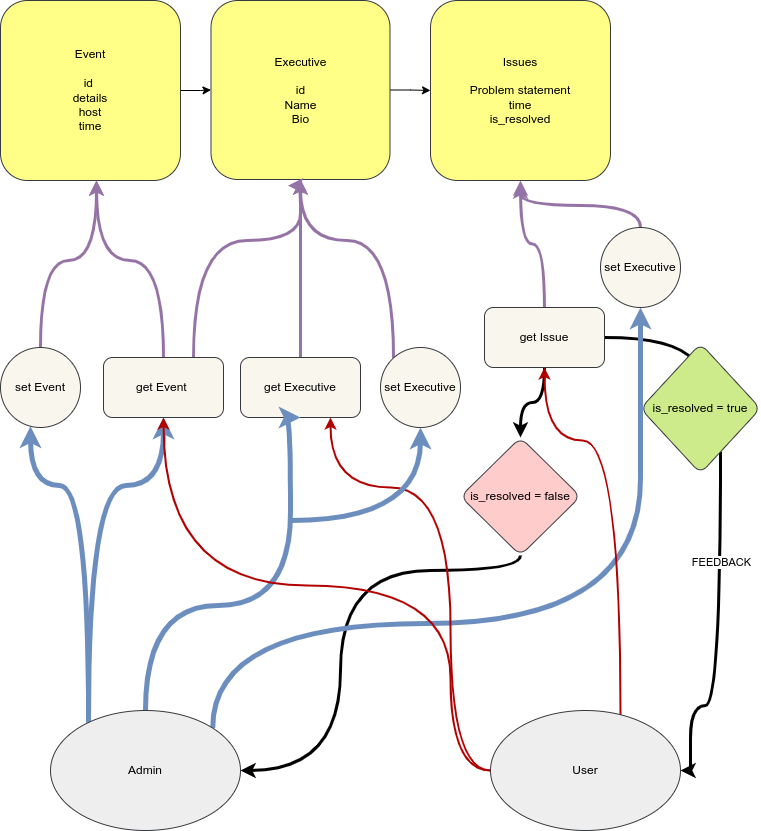
blackprince001/ACES-Telegram-Bot-Backend keeps this draw.io diagram as backend_design.png. Above is the earlier version. Source tidied: cells renumbered, new cells last; positions are measured from the earlier drawing's top-left corner, leaving out a move shared by most shapes. Its diagram source:
```xml
<mxGraphModel background="#ffffff">
  <root>
    <mxCell id="0" />
    <mxCell id="1" parent="0" />
    <mxCell id="2" style="edgeStyle=orthogonalEdgeStyle;rounded=1;jettySize=auto;html=1;curved=1;" parent="1" edge="1" source="3" target="6">
      <mxGeometry relative="1" as="geometry" />
    </mxCell>
    <mxCell id="3" value="Event&lt;br&gt;&lt;br&gt;id&amp;nbsp;&lt;br&gt;details&lt;br&gt;host&lt;br&gt;time" style="whiteSpace=wrap;html=1;fillColor=#ffff88;strokeColor=#36393d;rounded=1;" parent="1" vertex="1">
      <mxGeometry width="180" height="180" as="geometry" />
    </mxCell>
    <mxCell id="4" value="Issues&lt;br&gt;&lt;br&gt;Problem statement&lt;br&gt;time&lt;br&gt;is_resolved&lt;br&gt;" style="whiteSpace=wrap;html=1;fillColor=#ffff88;strokeColor=#36393d;rounded=1;" parent="1" vertex="1">
      <mxGeometry x="430" width="180" height="180" as="geometry" />
    </mxCell>
    <mxCell id="5" style="edgeStyle=orthogonalEdgeStyle;rounded=1;jettySize=auto;html=1;curved=1;" parent="1" edge="1" source="6" target="4">
      <mxGeometry relative="1" as="geometry" />
    </mxCell>
    <mxCell id="6" value="Executive&lt;br&gt;&lt;br&gt;id&lt;br&gt;Name&lt;br&gt;Bio" style="whiteSpace=wrap;html=1;fillColor=#ffff88;strokeColor=#36393d;rounded=1;" parent="1" vertex="1">
      <mxGeometry x="210.5" width="179" height="179" as="geometry" />
    </mxCell>
    <mxCell id="7" style="edgeStyle=orthogonalEdgeStyle;rounded=1;jettySize=auto;html=1;fillColor=#e1d5e7;strokeColor=#9673a6;strokeWidth=3;curved=1;" parent="1" edge="1" source="10" target="3">
      <mxGeometry relative="1" as="geometry">
        <Array as="points">
          <mxPoint x="163" y="260" />
          <mxPoint x="96" y="260" />
        </Array>
      </mxGeometry>
    </mxCell>
    <mxCell id="8" style="edgeStyle=orthogonalEdgeStyle;rounded=1;jettySize=auto;html=1;fillColor=#dae8fc;strokeColor=#6c8ebf;gradientColor=#7ea6e0;strokeWidth=5;curved=1;" parent="1" edge="1" source="29" target="10">
      <mxGeometry relative="1" as="geometry">
        <Array as="points">
          <mxPoint x="88" y="485" />
          <mxPoint x="163" y="485" />
        </Array>
      </mxGeometry>
    </mxCell>
    <mxCell id="9" style="edgeStyle=orthogonalEdgeStyle;rounded=1;jettySize=auto;html=1;exitX=0.75;exitY=0;exitDx=0;exitDy=0;strokeColor=#9673A6;strokeWidth=3;entryX=0.43;entryY=1.034;entryDx=0;entryDy=0;entryPerimeter=0;curved=1;" parent="1" edge="1" source="10" target="6">
      <mxGeometry relative="1" as="geometry">
        <Array as="points">
          <mxPoint x="193" y="240" />
          <mxPoint x="300" y="240" />
        </Array>
      </mxGeometry>
    </mxCell>
    <mxCell id="10" value="get Event&amp;nbsp;" style="rounded=1;whiteSpace=wrap;html=1;fillColor=#f9f7ed;strokeColor=#36393d;" parent="1" vertex="1">
      <mxGeometry x="103" y="357" width="120" height="60" as="geometry" />
    </mxCell>
    <mxCell id="11" style="edgeStyle=orthogonalEdgeStyle;rounded=1;jettySize=auto;html=1;fillColor=#e1d5e7;strokeColor=#9673A6;strokeWidth=3;curved=1;" parent="1" edge="1" source="12" target="6">
      <mxGeometry relative="1" as="geometry">
        <Array as="points">
          <mxPoint x="300" y="220" />
          <mxPoint x="300" y="220" />
        </Array>
      </mxGeometry>
    </mxCell>
    <mxCell id="12" value="get Executive" style="rounded=1;whiteSpace=wrap;html=1;fillColor=#f9f7ed;strokeColor=#36393d;" parent="1" vertex="1">
      <mxGeometry x="240" y="357" width="120" height="60" as="geometry" />
    </mxCell>
    <mxCell id="13" style="edgeStyle=orthogonalEdgeStyle;rounded=1;jettySize=auto;html=1;fillColor=#e1d5e7;strokeColor=#9673A6;strokeWidth=3;curved=1;" parent="1" edge="1" source="16" target="4">
      <mxGeometry relative="1" as="geometry" />
    </mxCell>
    <mxCell id="14" style="edgeStyle=orthogonalEdgeStyle;rounded=1;jettySize=auto;html=1;strokeWidth=3;entryX=0.5;entryY=0;entryDx=0;entryDy=0;curved=1;" parent="1" edge="1" source="16">
      <mxGeometry relative="1" as="geometry">
        <mxPoint x="700" y="390" as="targetPoint" />
      </mxGeometry>
    </mxCell>
    <mxCell id="15" style="edgeStyle=orthogonalEdgeStyle;rounded=1;jettySize=auto;html=1;strokeWidth=3;curved=1;" parent="1" edge="1" source="16" target="21">
      <mxGeometry relative="1" as="geometry" />
    </mxCell>
    <mxCell id="16" value="get Issue" style="rounded=1;whiteSpace=wrap;html=1;fillColor=#f9f7ed;strokeColor=#36393d;" parent="1" vertex="1">
      <mxGeometry x="484" y="307" width="120" height="60" as="geometry" />
    </mxCell>
    <mxCell id="17" style="edgeStyle=orthogonalEdgeStyle;rounded=1;jettySize=auto;html=1;entryX=1;entryY=0.5;entryDx=0;entryDy=0;strokeWidth=3;curved=1;" parent="1" edge="1" source="19" target="33">
      <mxGeometry relative="1" as="geometry">
        <Array as="points">
          <mxPoint x="720" y="705" />
          <mxPoint x="690" y="705" />
          <mxPoint x="690" y="770" />
        </Array>
      </mxGeometry>
    </mxCell>
    <mxCell id="18" value="FEEDBACK" style="edgeLabel;html=1;align=center;verticalAlign=middle;rounded=1;" parent="17" vertex="1">
      <mxGeometry x="-0.39" y="2" relative="1" as="geometry">
        <mxPoint x="-2" as="offset" />
      </mxGeometry>
    </mxCell>
    <mxCell id="19" value="is_resolved = true" style="rhombus;whiteSpace=wrap;html=1;rounded=1;fillColor=#cdeb8b;strokeColor=#36393d;" parent="1" vertex="1">
      <mxGeometry x="640" y="343" width="120" height="130" as="geometry" />
    </mxCell>
    <mxCell id="20" style="edgeStyle=orthogonalEdgeStyle;rounded=1;jettySize=auto;html=1;entryX=1;entryY=0.5;entryDx=0;entryDy=0;strokeWidth=3;curved=1;" parent="1" edge="1" source="21" target="29">
      <mxGeometry relative="1" as="geometry">
        <Array as="points">
          <mxPoint x="340" y="570" />
          <mxPoint x="340" y="770" />
        </Array>
      </mxGeometry>
    </mxCell>
    <mxCell id="21" value="is_resolved = false" style="rhombus;whiteSpace=wrap;html=1;rounded=1;fillColor=#ffcccc;strokeColor=#36393d;" parent="1" vertex="1">
      <mxGeometry x="460" y="437" width="120" height="118" as="geometry" />
    </mxCell>
    <mxCell id="22" style="edgeStyle=orthogonalEdgeStyle;rounded=1;jettySize=auto;html=1;fillColor=#e1d5e7;strokeColor=#9673a6;strokeWidth=3;curved=1;" parent="1" edge="1" source="24" target="3">
      <mxGeometry relative="1" as="geometry">
        <Array as="points">
          <mxPoint x="40" y="260" />
          <mxPoint x="96" y="260" />
        </Array>
      </mxGeometry>
    </mxCell>
    <mxCell id="23" style="edgeStyle=orthogonalEdgeStyle;rounded=1;jettySize=auto;html=1;fillColor=#dae8fc;strokeColor=#6c8ebf;gradientColor=#7ea6e0;strokeWidth=5;curved=1;" parent="1" edge="1" source="29" target="24">
      <mxGeometry relative="1" as="geometry">
        <Array as="points">
          <mxPoint x="88" y="485" />
          <mxPoint x="30" y="485" />
        </Array>
      </mxGeometry>
    </mxCell>
    <mxCell id="24" value="set Event" style="ellipse;whiteSpace=wrap;html=1;fillColor=#f9f7ed;strokeColor=#36393d;rounded=1;" parent="1" vertex="1">
      <mxGeometry y="347" width="80" height="80" as="geometry" />
    </mxCell>
    <mxCell id="25" style="edgeStyle=orthogonalEdgeStyle;rounded=1;jettySize=auto;html=1;fillColor=#e1d5e7;strokeColor=#9673a6;strokeWidth=3;curved=1;" parent="1" edge="1" source="26" target="6">
      <mxGeometry relative="1" as="geometry">
        <Array as="points">
          <mxPoint x="393" y="240" />
          <mxPoint x="300" y="240" />
        </Array>
      </mxGeometry>
    </mxCell>
    <mxCell id="26" value="set Executive" style="ellipse;whiteSpace=wrap;html=1;fillColor=#f9f7ed;strokeColor=#36393d;rounded=1;" parent="1" vertex="1">
      <mxGeometry x="380" y="347" width="80" height="80" as="geometry" />
    </mxCell>
    <mxCell id="27" style="edgeStyle=orthogonalEdgeStyle;rounded=1;jettySize=auto;html=1;entryX=0.5;entryY=1;entryDx=0;entryDy=0;fillColor=#dae8fc;strokeColor=#6C8EBF;gradientColor=#7ea6e0;strokeWidth=5;curved=1;" parent="1" edge="1" source="29" target="12">
      <mxGeometry relative="1" as="geometry">
        <Array as="points">
          <mxPoint x="145" y="605" />
          <mxPoint x="290" y="605" />
          <mxPoint x="290" y="417" />
        </Array>
      </mxGeometry>
    </mxCell>
    <mxCell id="28" style="edgeStyle=orthogonalEdgeStyle;jettySize=auto;html=1;exitX=1;exitY=0;exitDx=0;exitDy=0;entryX=0.5;entryY=1;entryDx=0;entryDy=0;strokeWidth=5;fillColor=#cce5ff;strokeColor=#6C8EBF;curved=1;" parent="1" edge="1" source="29" target="36">
      <mxGeometry relative="1" as="geometry">
        <Array as="points">
          <mxPoint x="212" y="623" />
          <mxPoint x="640" y="623" />
          <mxPoint x="640" y="333" />
        </Array>
      </mxGeometry>
    </mxCell>
    <mxCell id="29" value="Admin" style="ellipse;whiteSpace=wrap;html=1;fillColor=#eeeeee;strokeColor=#36393d;rounded=1;" parent="1" vertex="1">
      <mxGeometry x="50" y="710" width="190" height="120" as="geometry" />
    </mxCell>
    <mxCell id="30" style="edgeStyle=orthogonalEdgeStyle;rounded=1;jettySize=auto;html=1;entryX=0.5;entryY=1;entryDx=0;entryDy=0;fillColor=#e51400;strokeColor=#B20000;strokeWidth=2;curved=1;" parent="1" edge="1" source="33" target="16">
      <mxGeometry relative="1" as="geometry">
        <Array as="points">
          <mxPoint x="620" y="440" />
          <mxPoint x="544" y="440" />
        </Array>
      </mxGeometry>
    </mxCell>
    <mxCell id="31" style="edgeStyle=orthogonalEdgeStyle;rounded=1;jettySize=auto;html=1;entryX=0.5;entryY=1;entryDx=0;entryDy=0;fillColor=#e51400;strokeColor=#B20000;strokeWidth=2;curved=1;" parent="1" edge="1" source="33" target="10">
      <mxGeometry relative="1" as="geometry">
        <Array as="points">
          <mxPoint x="450" y="770" />
          <mxPoint x="450" y="585" />
          <mxPoint x="163" y="585" />
        </Array>
      </mxGeometry>
    </mxCell>
    <mxCell id="32" style="edgeStyle=orthogonalEdgeStyle;rounded=1;jettySize=auto;html=1;entryX=0.75;entryY=1;entryDx=0;entryDy=0;fillColor=#e51400;strokeColor=#B20000;strokeWidth=2;curved=1;" parent="1" edge="1" source="33" target="12">
      <mxGeometry relative="1" as="geometry">
        <Array as="points">
          <mxPoint x="450" y="770" />
          <mxPoint x="450" y="487" />
          <mxPoint x="330" y="487" />
        </Array>
      </mxGeometry>
    </mxCell>
    <mxCell id="33" value="User" style="ellipse;whiteSpace=wrap;html=1;fillColor=#eeeeee;strokeColor=#36393d;rounded=1;" parent="1" vertex="1">
      <mxGeometry x="490" y="710" width="190" height="120" as="geometry" />
    </mxCell>
    <mxCell id="34" style="endArrow=classic;html=1;rounded=1;fillColor=#dae8fc;strokeColor=#6c8ebf;gradientColor=#7ea6e0;strokeWidth=5;curved=1;" parent="1" edge="1" target="26">
      <mxGeometry relative="1" as="geometry">
        <mxPoint x="290" y="520" as="sourcePoint" />
        <Array as="points">
          <mxPoint x="420" y="520" />
        </Array>
      </mxGeometry>
    </mxCell>
    <mxCell id="35" style="edgeStyle=orthogonalEdgeStyle;jettySize=auto;html=1;exitX=0.5;exitY=0;exitDx=0;exitDy=0;strokeColor=#9673A6;strokeWidth=3;curved=1;" parent="1" edge="1" source="36">
      <mxGeometry relative="1" as="geometry">
        <mxPoint x="520" y="183" as="targetPoint" />
      </mxGeometry>
    </mxCell>
    <mxCell id="36" value="set Executive" style="ellipse;whiteSpace=wrap;html=1;fillColor=#f9f7ed;strokeColor=#36393d;rounded=1;" parent="1" vertex="1">
      <mxGeometry x="600" y="227" width="80" height="80" as="geometry" />
    </mxCell>
  </root>
</mxGraphModel>
```
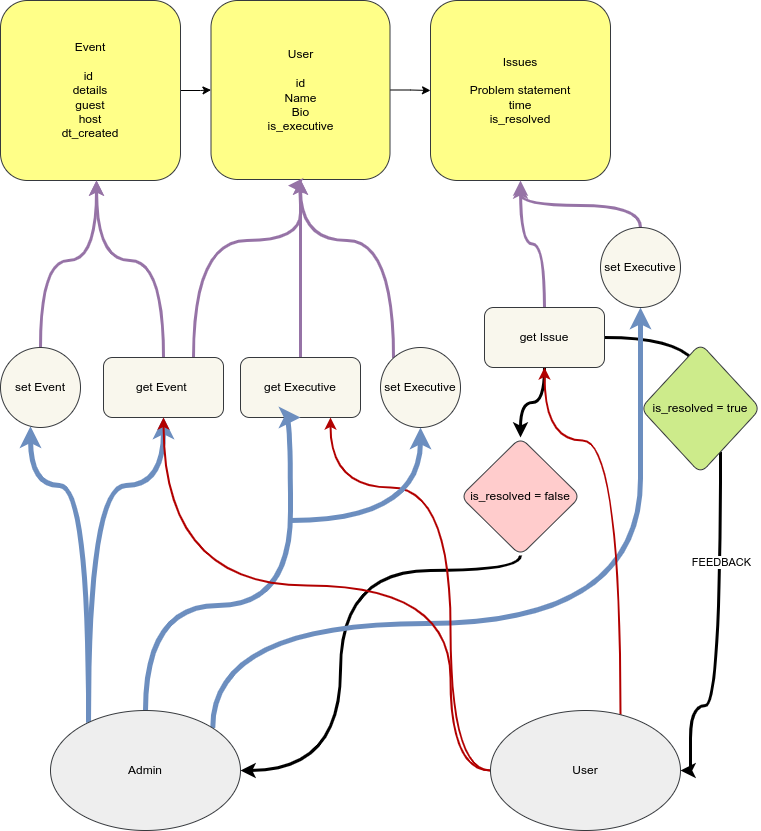
After the commit.

Commit message:
design-implementation files for docs

What changed in the source:
```diff
@@ -1,11 +1,11 @@
-<mxGraphModel background="#ffffff">
+<mxGraphModel>
   <root>
     <mxCell id="0" />
     <mxCell id="1" parent="0" />
     <mxCell id="2" style="edgeStyle=orthogonalEdgeStyle;rounded=1;jettySize=auto;html=1;curved=1;" parent="1" edge="1" source="3" target="6">
       <mxGeometry relative="1" as="geometry" />
     </mxCell>
-    <mxCell id="3" value="Event&lt;br&gt;&lt;br&gt;id&amp;nbsp;&lt;br&gt;details&lt;br&gt;host&lt;br&gt;time" style="whiteSpace=wrap;html=1;fillColor=#ffff88;strokeColor=#36393d;rounded=1;" parent="1" vertex="1">
+    <mxCell id="3" value="Event&lt;br&gt;&lt;br&gt;id&amp;nbsp;&lt;br&gt;details&lt;br&gt;guest&lt;br&gt;host&lt;br&gt;dt_created" style="whiteSpace=wrap;html=1;fillColor=#ffff88;strokeColor=#36393d;rounded=1;" parent="1" vertex="1">
       <mxGeometry width="180" height="180" as="geometry" />
     </mxCell>
     <mxCell id="4" value="Issues&lt;br&gt;&lt;br&gt;Problem statement&lt;br&gt;time&lt;br&gt;is_resolved&lt;br&gt;" style="whiteSpace=wrap;html=1;fillColor=#ffff88;strokeColor=#36393d;rounded=1;" parent="1" vertex="1">
@@ -14,7 +14,7 @@
     <mxCell id="5" style="edgeStyle=orthogonalEdgeStyle;rounded=1;jettySize=auto;html=1;curved=1;" parent="1" edge="1" source="6" target="4">
       <mxGeometry relative="1" as="geometry" />
     </mxCell>
-    <mxCell id="6" value="Executive&lt;br&gt;&lt;br&gt;id&lt;br&gt;Name&lt;br&gt;Bio" style="whiteSpace=wrap;html=1;fillColor=#ffff88;strokeColor=#36393d;rounded=1;" parent="1" vertex="1">
+    <mxCell id="6" value="User&lt;br&gt;&lt;br&gt;id&lt;br&gt;Name&lt;br&gt;Bio&lt;br&gt;is_executive" style="whiteSpace=wrap;html=1;fillColor=#ffff88;strokeColor=#36393d;rounded=1;" parent="1" vertex="1">
       <mxGeometry x="210.5" width="179" height="179" as="geometry" />
     </mxCell>
     <mxCell id="7" style="edgeStyle=orthogonalEdgeStyle;rounded=1;jettySize=auto;html=1;fillColor=#e1d5e7;strokeColor=#9673a6;strokeWidth=3;curved=1;" parent="1" edge="1" source="10" target="3">
```
